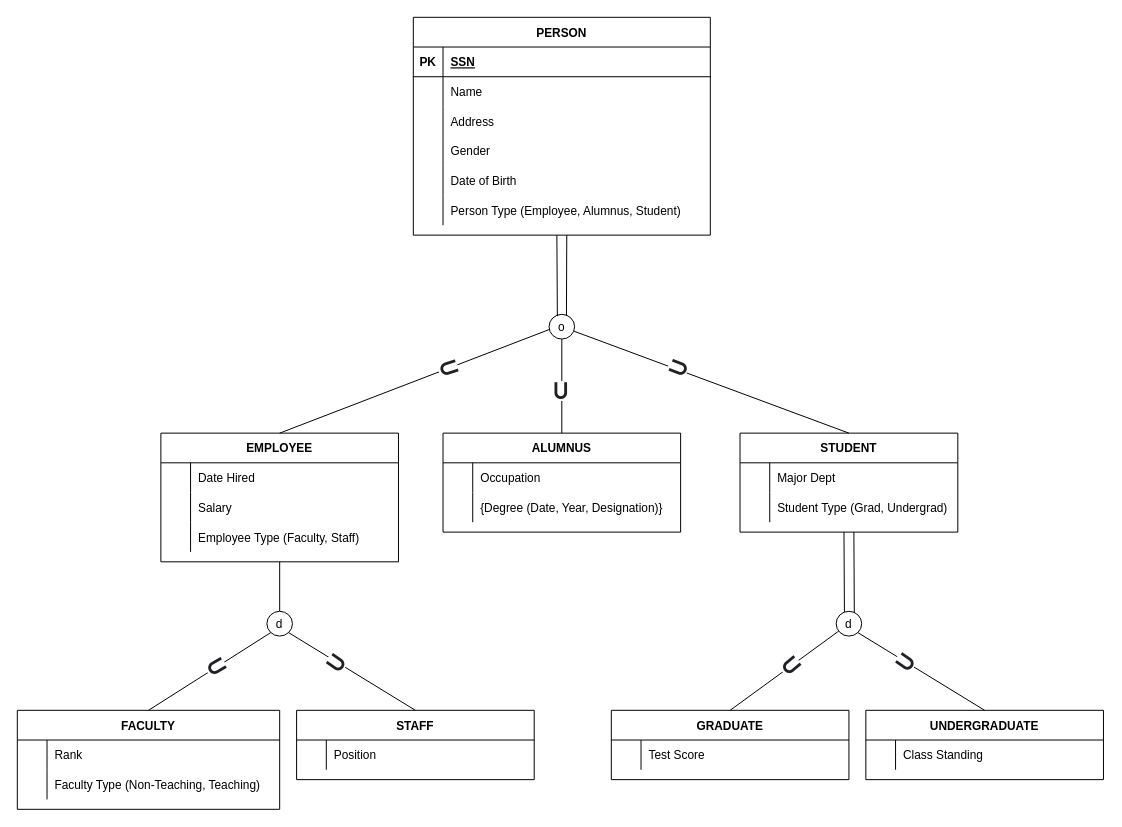
Before: EERD.drawio in genebit/draw.io-diagrams, a draw.io diagram. Source tidied: cells renumbered, new cells numbered last; positions are measured from the earlier drawing's top-left corner, leaving out a move shared by most shapes. Both pictures are drawn from the tidied source at 99%, with x=0, y=0 at pixel (17, 17).
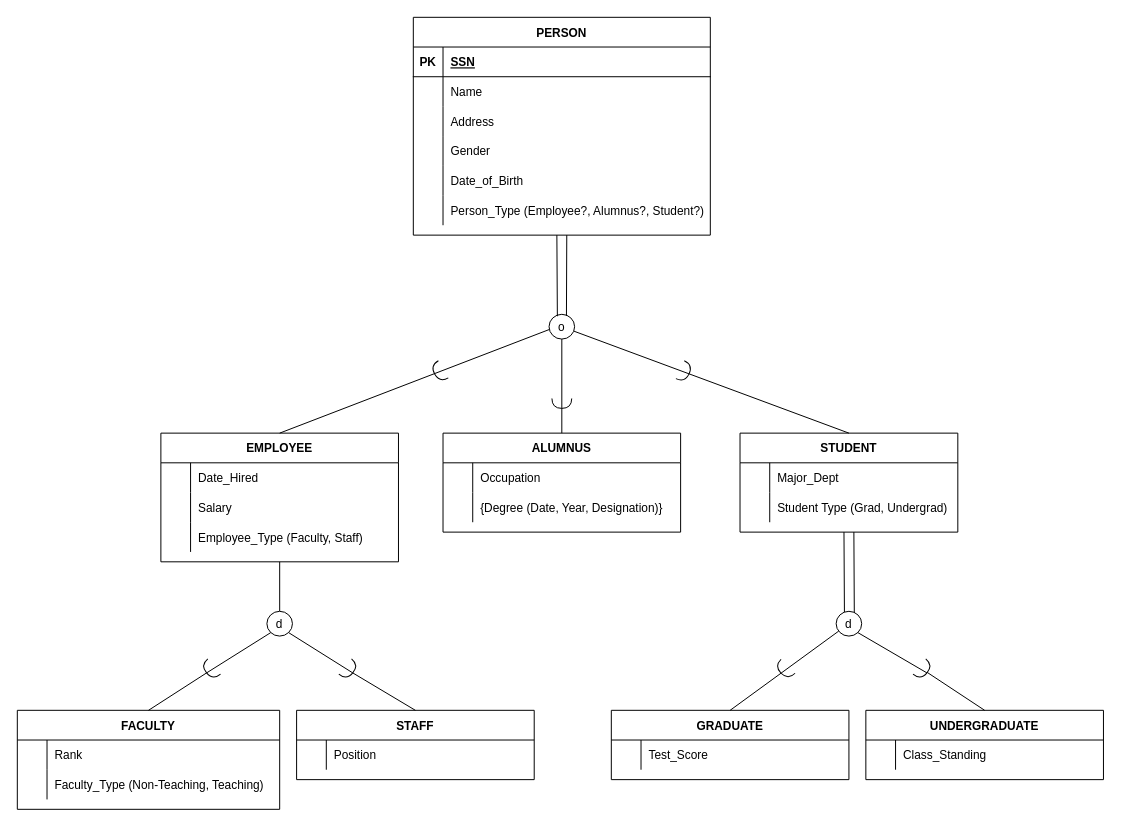
Above is the later version.

Unchanged cells that the change refers to:
```xml
<mxCell id="15" style="shape=tableRow;horizontal=0;startSize=0;swimlaneHead=0;swimlaneBody=0;fillColor=none;top=0;left=0;right=0;bottom=0;" parent="2" vertex="1">
  <mxGeometry y="150" width="300" height="30" as="geometry" />
</mxCell>
<mxCell id="18" style="shape=tableRow;horizontal=0;startSize=0;swimlaneHead=0;swimlaneBody=0;fillColor=none;top=0;left=0;right=0;bottom=0;" parent="2" vertex="1">
  <mxGeometry y="180" width="300" height="30" as="geometry" />
</mxCell>
<mxCell id="23" style="shape=tableRow;horizontal=0;startSize=0;swimlaneHead=0;swimlaneBody=0;fillColor=none;top=0;left=0;right=0;bottom=0;" parent="22" vertex="1">
  <mxGeometry y="30" width="240" height="30" as="geometry" />
</mxCell>
<mxCell id="29" style="shape=tableRow;horizontal=0;startSize=0;swimlaneHead=0;swimlaneBody=0;fillColor=none;top=0;left=0;right=0;bottom=0;" parent="22" vertex="1">
  <mxGeometry y="90" width="240" height="30" as="geometry" />
</mxCell>
<mxCell id="40" style="shape=tableRow;horizontal=0;startSize=0;swimlaneHead=0;swimlaneBody=0;fillColor=none;top=0;left=0;right=0;bottom=0;" parent="39" vertex="1">
  <mxGeometry y="30" width="220" height="30" as="geometry" />
</mxCell>
<mxCell id="50" value="d" style="ellipse;whiteSpace=wrap;html=1;" parent="1" vertex="1">
  <mxGeometry x="252.1" y="600" width="25.8" height="25" as="geometry" />
</mxCell>
<mxCell id="51" value="FACULTY" style="shape=table;startSize=30;childLayout=tableLayout;rowLines=0;fontStyle=1;align=center;" parent="1" vertex="1">
  <mxGeometry y="700" width="265" height="100" as="geometry" />
</mxCell>
<mxCell id="55" style="shape=tableRow;horizontal=0;startSize=0;swimlaneHead=0;swimlaneBody=0;fillColor=none;top=0;left=0;right=0;bottom=0;" parent="51" vertex="1">
  <mxGeometry y="60" width="265" height="30" as="geometry" />
</mxCell>
<mxCell id="58" value="STAFF" style="shape=table;startSize=30;childLayout=tableLayout;rowLines=0;fontStyle=1;align=center;" parent="1" vertex="1">
  <mxGeometry x="282.1" y="700" width="240" height="70" as="geometry" />
</mxCell>
<mxCell id="63" value="d" style="ellipse;whiteSpace=wrap;html=1;" parent="1" vertex="1">
  <mxGeometry x="827.1" y="600" width="25.8" height="25" as="geometry" />
</mxCell>
<mxCell id="65" style="shape=tableRow;horizontal=0;startSize=0;swimlaneHead=0;swimlaneBody=0;fillColor=none;top=0;left=0;right=0;bottom=0;" parent="64" vertex="1">
  <mxGeometry y="30" width="240" height="30" as="geometry" />
</mxCell>
<mxCell id="68" value="UNDERGRADUATE" style="shape=table;startSize=30;childLayout=tableLayout;rowLines=0;fontStyle=1;align=center;" parent="1" vertex="1">
  <mxGeometry x="857.1" y="700" width="240" height="70" as="geometry" />
</mxCell>
<mxCell id="69" style="shape=tableRow;horizontal=0;startSize=0;swimlaneHead=0;swimlaneBody=0;fillColor=none;top=0;left=0;right=0;bottom=0;" parent="68" vertex="1">
  <mxGeometry y="30" width="240" height="30" as="geometry" />
</mxCell>
```

The edit, as a diff of the source:
```diff
@@
-    <mxCell id="17" value="Date of Birth" style="shape=partialRectangle;fillColor=none;top=0;left=0;bottom=0;right=0;align=left;spacingLeft=6;overflow=hidden;" parent="15" vertex="1">
+    <mxCell id="17" value="Date_of_Birth" style="shape=partialRectangle;fillColor=none;top=0;left=0;bottom=0;right=0;align=left;spacingLeft=6;overflow=hidden;" parent="15" vertex="1">
       <mxGeometry x="30" width="270" height="30" as="geometry" />
     </mxCell>
@@
-    <mxCell id="20" value="Person Type (Employee, Alumnus, Student)" style="shape=partialRectangle;fillColor=none;top=0;left=0;bottom=0;right=0;align=left;spacingLeft=6;overflow=hidden;" parent="18" vertex="1">
+    <mxCell id="20" value="Person_Type (Employee?, Alumnus?, Student?)" style="shape=partialRectangle;fillColor=none;top=0;left=0;bottom=0;right=0;align=left;spacingLeft=6;overflow=hidden;" parent="18" vertex="1">
       <mxGeometry x="30" width="270" height="30" as="geometry" />
     </mxCell>
@@
-    <mxCell id="25" value="Date Hired" style="shape=partialRectangle;fillColor=none;top=0;left=0;bottom=0;right=0;align=left;spacingLeft=6;overflow=hidden;" parent="23" vertex="1">
+    <mxCell id="25" value="Date_Hired" style="shape=partialRectangle;fillColor=none;top=0;left=0;bottom=0;right=0;align=left;spacingLeft=6;overflow=hidden;" parent="23" vertex="1">
       <mxGeometry x="30" width="210" height="30" as="geometry" />
     </mxCell>
@@
-    <mxCell id="31" value="Employee Type (Faculty, Staff)" style="shape=partialRectangle;fillColor=none;top=0;left=0;bottom=0;right=0;align=left;spacingLeft=6;overflow=hidden;" parent="29" vertex="1">
+    <mxCell id="31" value="Employee_Type (Faculty, Staff)" style="shape=partialRectangle;fillColor=none;top=0;left=0;bottom=0;right=0;align=left;spacingLeft=6;overflow=hidden;" parent="29" vertex="1">
       <mxGeometry x="30" width="210" height="30" as="geometry" />
     </mxCell>
@@
-    <mxCell id="42" value="Major Dept" style="shape=partialRectangle;fillColor=none;top=0;left=0;bottom=0;right=0;align=left;spacingLeft=6;overflow=hidden;" parent="40" vertex="1">
+    <mxCell id="42" value="Major_Dept" style="shape=partialRectangle;fillColor=none;top=0;left=0;bottom=0;right=0;align=left;spacingLeft=6;overflow=hidden;" parent="40" vertex="1">
       <mxGeometry x="30" width="190" height="30" as="geometry" />
     </mxCell>
@@
-    <mxCell id="57" value="Faculty Type (Non-Teaching, Teaching)" style="shape=partialRectangle;fillColor=none;top=0;left=0;bottom=0;right=0;align=left;spacingLeft=6;overflow=hidden;" parent="55" vertex="1">
+    <mxCell id="57" value="Faculty_Type (Non-Teaching, Teaching)" style="shape=partialRectangle;fillColor=none;top=0;left=0;bottom=0;right=0;align=left;spacingLeft=6;overflow=hidden;" parent="55" vertex="1">
       <mxGeometry x="30" width="235" height="30" as="geometry" />
     </mxCell>
@@
-    <mxCell id="67" value="Test Score" style="shape=partialRectangle;fillColor=none;top=0;left=0;bottom=0;right=0;align=left;spacingLeft=6;overflow=hidden;" parent="65" vertex="1">
+    <mxCell id="67" value="Test_Score" style="shape=partialRectangle;fillColor=none;top=0;left=0;bottom=0;right=0;align=left;spacingLeft=6;overflow=hidden;" parent="65" vertex="1">
       <mxGeometry x="30" width="210" height="30" as="geometry" />
     </mxCell>
@@
-    <mxCell id="71" value="Class Standing" style="shape=partialRectangle;fillColor=none;top=0;left=0;bottom=0;right=0;align=left;spacingLeft=6;overflow=hidden;" parent="69" vertex="1">
+    <mxCell id="71" value="Class_Standing" style="shape=partialRectangle;fillColor=none;top=0;left=0;bottom=0;right=0;align=left;spacingLeft=6;overflow=hidden;" parent="69" vertex="1">
       <mxGeometry x="30" width="210" height="30" as="geometry" />
     </mxCell>
-    <mxCell id="72" style="endArrow=none;html=1;rounded=0;exitX=0;exitY=1;exitDx=0;exitDy=0;entryX=0.5;entryY=0;entryDx=0;entryDy=0;" parent="1" edge="1" source="50" target="51">
+    <mxCell id="72" style="endArrow=none;html=1;rounded=0;exitX=1;exitY=0.5;exitDx=0;exitDy=0;entryX=0.5;entryY=0;entryDx=0;entryDy=0;startArrow=none;exitPerimeter=0;" parent="1" edge="1" source="86" target="51">
       <mxGeometry relative="1" as="geometry" />
     </mxCell>
-    <mxCell id="73" style="endArrow=none;html=1;rounded=0;exitX=0.5;exitY=0;exitDx=0;exitDy=0;entryX=1;entryY=1;entryDx=0;entryDy=0;" parent="1" edge="1" source="58" target="50">
+    <mxCell id="73" style="endArrow=none;html=1;rounded=0;exitX=1;exitY=0.5;exitDx=0;exitDy=0;entryX=1;entryY=1;entryDx=0;entryDy=0;startArrow=none;exitPerimeter=0;" parent="1" edge="1" source="88" target="50">
       <mxGeometry relative="1" as="geometry" />
     </mxCell>
@@
-    <mxCell id="75" style="endArrow=none;html=1;rounded=0;entryX=0.5;entryY=0;entryDx=0;entryDy=0;exitX=1;exitY=1;exitDx=0;exitDy=0;" parent="1" edge="1" source="63" target="68">
+    <mxCell id="75" style="endArrow=none;html=1;rounded=0;entryX=0.5;entryY=0;entryDx=0;entryDy=0;startArrow=none;" parent="1" edge="1" source="90" target="68">
       <mxGeometry relative="1" as="geometry" />
     </mxCell>
@@
-    <mxCell id="79" value="&lt;b style=&quot;color: rgb(32, 33, 36); text-align: start; background-color: rgb(255, 255, 255);&quot;&gt;&lt;font style=&quot;font-size: 25px;&quot;&gt;⊂&lt;/font&gt;&lt;/b&gt;" style="text;html=1;strokeColor=none;fillColor=none;align=center;verticalAlign=middle;whiteSpace=wrap;rounded=0;rotation=-18;" parent="1" vertex="1">
-      <mxGeometry x="405" y="338" width="60" height="30" as="geometry" />
-    </mxCell>
-    <mxCell id="80" value="&lt;b style=&quot;color: rgb(32, 33, 36); text-align: start; background-color: rgb(255, 255, 255);&quot;&gt;&lt;font style=&quot;font-size: 25px;&quot;&gt;⊂&lt;/font&gt;&lt;/b&gt;" style="text;html=1;strokeColor=none;fillColor=none;align=center;verticalAlign=middle;whiteSpace=wrap;rounded=0;rotation=-90;" parent="1" vertex="1">
-      <mxGeometry x="517" y="363" width="60" height="30" as="geometry" />
-    </mxCell>
-    <mxCell id="81" value="&lt;b style=&quot;color: rgb(32, 33, 36); text-align: start; background-color: rgb(255, 255, 255);&quot;&gt;&lt;font style=&quot;font-size: 25px;&quot;&gt;⊂&lt;/font&gt;&lt;/b&gt;" style="text;html=1;strokeColor=none;fillColor=none;align=center;verticalAlign=middle;whiteSpace=wrap;rounded=0;rotation=-159;" parent="1" vertex="1">
-      <mxGeometry x="637" y="342" width="60" height="30" as="geometry" />
-    </mxCell>
-    <mxCell id="82" value="&lt;b style=&quot;color: rgb(32, 33, 36); text-align: start; background-color: rgb(255, 255, 255);&quot;&gt;&lt;font style=&quot;font-size: 25px;&quot;&gt;⊂&lt;/font&gt;&lt;/b&gt;" style="text;html=1;strokeColor=none;fillColor=none;align=center;verticalAlign=middle;whiteSpace=wrap;rounded=0;rotation=-30;" parent="1" vertex="1">
-      <mxGeometry x="170" y="640" width="60" height="30" as="geometry" />
-    </mxCell>
-    <mxCell id="83" value="&lt;b style=&quot;color: rgb(32, 33, 36); text-align: start; background-color: rgb(255, 255, 255);&quot;&gt;&lt;font style=&quot;font-size: 25px;&quot;&gt;⊂&lt;/font&gt;&lt;/b&gt;" style="text;html=1;strokeColor=none;fillColor=none;align=center;verticalAlign=middle;whiteSpace=wrap;rounded=0;rotation=-145;" parent="1" vertex="1">
-      <mxGeometry x="291" y="640" width="60" height="30" as="geometry" />
-    </mxCell>
-    <mxCell id="84" value="&lt;b style=&quot;color: rgb(32, 33, 36); text-align: start; background-color: rgb(255, 255, 255);&quot;&gt;&lt;font style=&quot;font-size: 25px;&quot;&gt;⊂&lt;/font&gt;&lt;/b&gt;" style="text;html=1;strokeColor=none;fillColor=none;align=center;verticalAlign=middle;whiteSpace=wrap;rounded=0;rotation=-145;" parent="1" vertex="1">
-      <mxGeometry x="866" y="639" width="60" height="30" as="geometry" />
-    </mxCell>
-    <mxCell id="85" value="&lt;b style=&quot;color: rgb(32, 33, 36); text-align: start; background-color: rgb(255, 255, 255);&quot;&gt;&lt;font style=&quot;font-size: 25px;&quot;&gt;⊂&lt;/font&gt;&lt;/b&gt;" style="text;html=1;strokeColor=none;fillColor=none;align=center;verticalAlign=middle;whiteSpace=wrap;rounded=0;rotation=-40;" parent="1" vertex="1">
-      <mxGeometry x="750" y="639" width="60" height="30" as="geometry" />
-    </mxCell>
+    <mxCell id="86" style="shape=requiredInterface;html=1;verticalLabelPosition=bottom;sketch=0;rotation=140;" parent="1" vertex="1">
+      <mxGeometry x="190" y="649" width="10" height="20" as="geometry" />
+    </mxCell>
+    <mxCell id="87" style="endArrow=none;html=1;rounded=0;exitX=0;exitY=1;exitDx=0;exitDy=0;entryX=1;entryY=0.5;entryDx=0;entryDy=0;entryPerimeter=0;" parent="1" edge="1" source="50" target="86">
+      <mxGeometry relative="1" as="geometry" />
+    </mxCell>
+    <mxCell id="88" style="shape=requiredInterface;html=1;verticalLabelPosition=bottom;sketch=0;rotation=40;" parent="1" vertex="1">
+      <mxGeometry x="330" y="649" width="10" height="20" as="geometry" />
+    </mxCell>
+    <mxCell id="89" style="endArrow=none;html=1;rounded=0;exitX=0.5;exitY=0;exitDx=0;exitDy=0;entryX=1;entryY=0.5;entryDx=0;entryDy=0;entryPerimeter=0;" parent="1" edge="1" source="58" target="88">
+      <mxGeometry relative="1" as="geometry" />
+    </mxCell>
+    <mxCell id="90" style="shape=requiredInterface;html=1;verticalLabelPosition=bottom;sketch=0;rotation=40;" parent="1" vertex="1">
+      <mxGeometry x="910" y="649" width="10" height="20" as="geometry" />
+    </mxCell>
+    <mxCell id="91" style="endArrow=none;html=1;rounded=0;entryX=1;entryY=0.5;entryDx=0;entryDy=0;exitX=1;exitY=1;exitDx=0;exitDy=0;entryPerimeter=0;" parent="1" edge="1" source="63" target="90">
+      <mxGeometry relative="1" as="geometry" />
+    </mxCell>
+    <mxCell id="92" style="shape=requiredInterface;html=1;verticalLabelPosition=bottom;sketch=0;rotation=135;" parent="1" vertex="1">
+      <mxGeometry x="770" y="649" width="10" height="20" as="geometry" />
+    </mxCell>
+    <mxCell id="93" style="shape=requiredInterface;html=1;verticalLabelPosition=bottom;sketch=0;rotation=-210;" parent="1" vertex="1">
+      <mxGeometry x="421" y="348" width="10" height="20" as="geometry" />
+    </mxCell>
+    <mxCell id="94" style="shape=requiredInterface;html=1;verticalLabelPosition=bottom;sketch=0;rotation=90;" parent="1" vertex="1">
+      <mxGeometry x="545" y="380" width="10" height="20" as="geometry" />
+    </mxCell>
+    <mxCell id="95" style="shape=requiredInterface;html=1;verticalLabelPosition=bottom;sketch=0;rotation=25;" parent="1" vertex="1">
+      <mxGeometry x="669" y="348" width="10" height="20" as="geometry" />
+    </mxCell>
```
